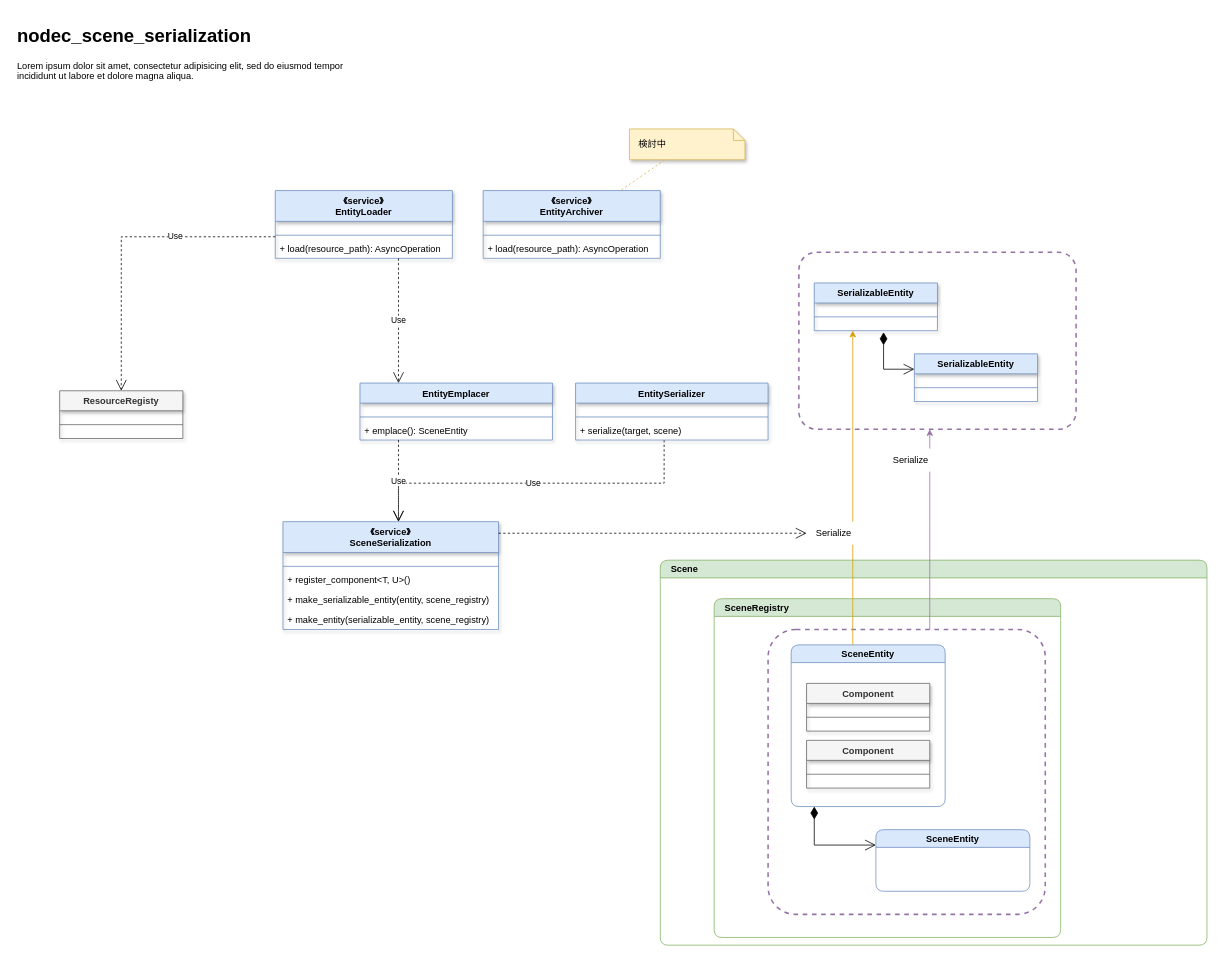
Before: page "Class diagram" (1 of 3) of modules/nodec_scene_serialization/docs/note.drawio in nodec-project/nodec, a draw.io diagram. Source tidied: cells renumbered, new cells numbered last; positions are measured from the earlier drawing's top-left corner, leaving out a move shared by most shapes. Both pictures are drawn from the tidied source at 77%, with x=0, y=0 at pixel (13, 21).
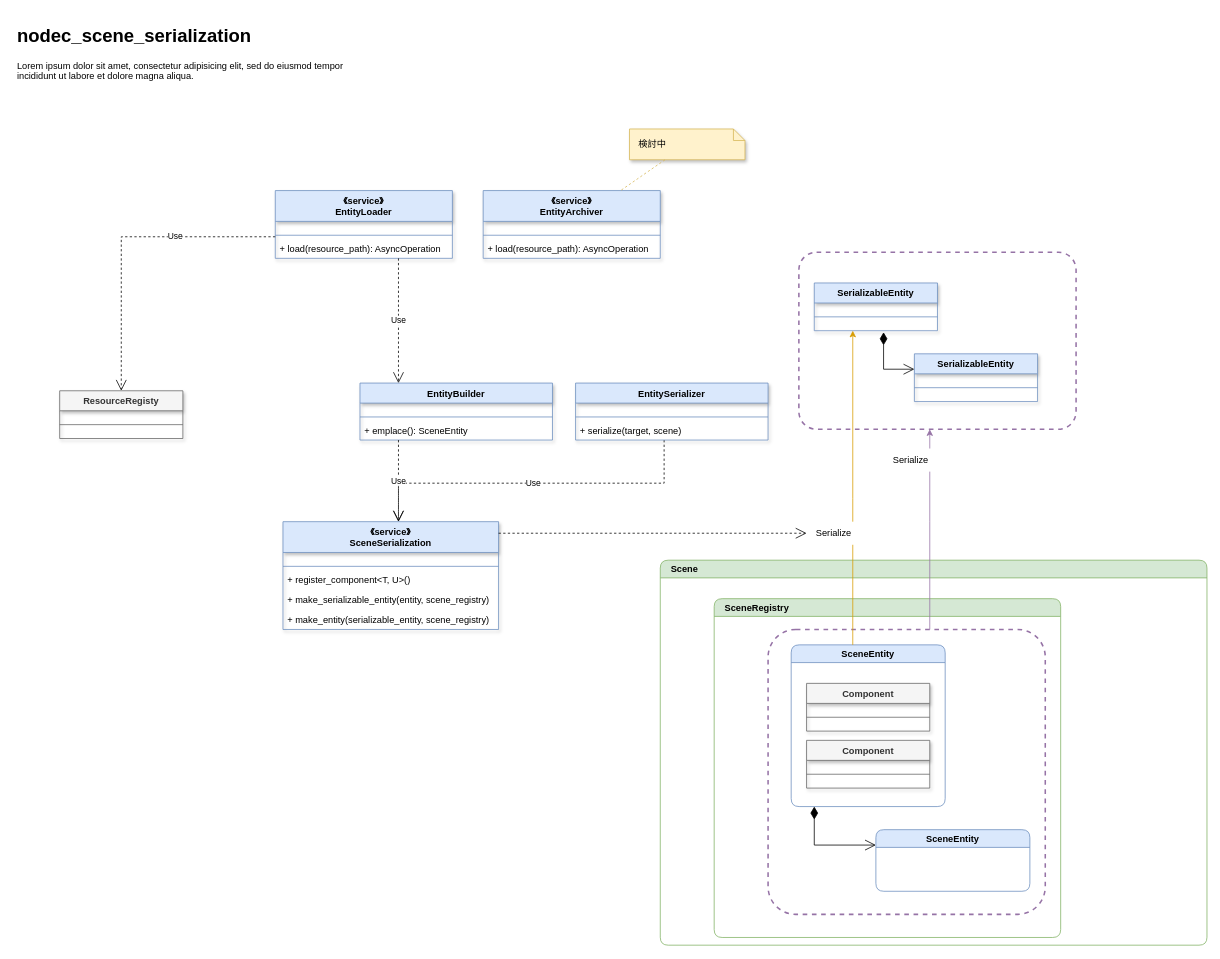
After the change.

Commit message (it also covers changes not shown here):
rename EntityEmplacer to EntityBuilder

Change to the diagram source:
```diff
@@
-    <mxCell id="16" value="EntityEmplacer" style="swimlane;fontStyle=1;align=center;verticalAlign=top;horizontal=1;startSize=26;fillColor=#dae8fc;strokeColor=#6c8ebf;shadow=1;" parent="1" vertex="1">
+    <mxCell id="16" value="EntityBuilder" style="swimlane;fontStyle=1;align=center;verticalAlign=top;horizontal=1;startSize=26;fillColor=#dae8fc;strokeColor=#6c8ebf;shadow=1;" parent="1" vertex="1">
       <mxGeometry x="450" y="470" width="250" height="74" as="geometry" />
     </mxCell>
```
